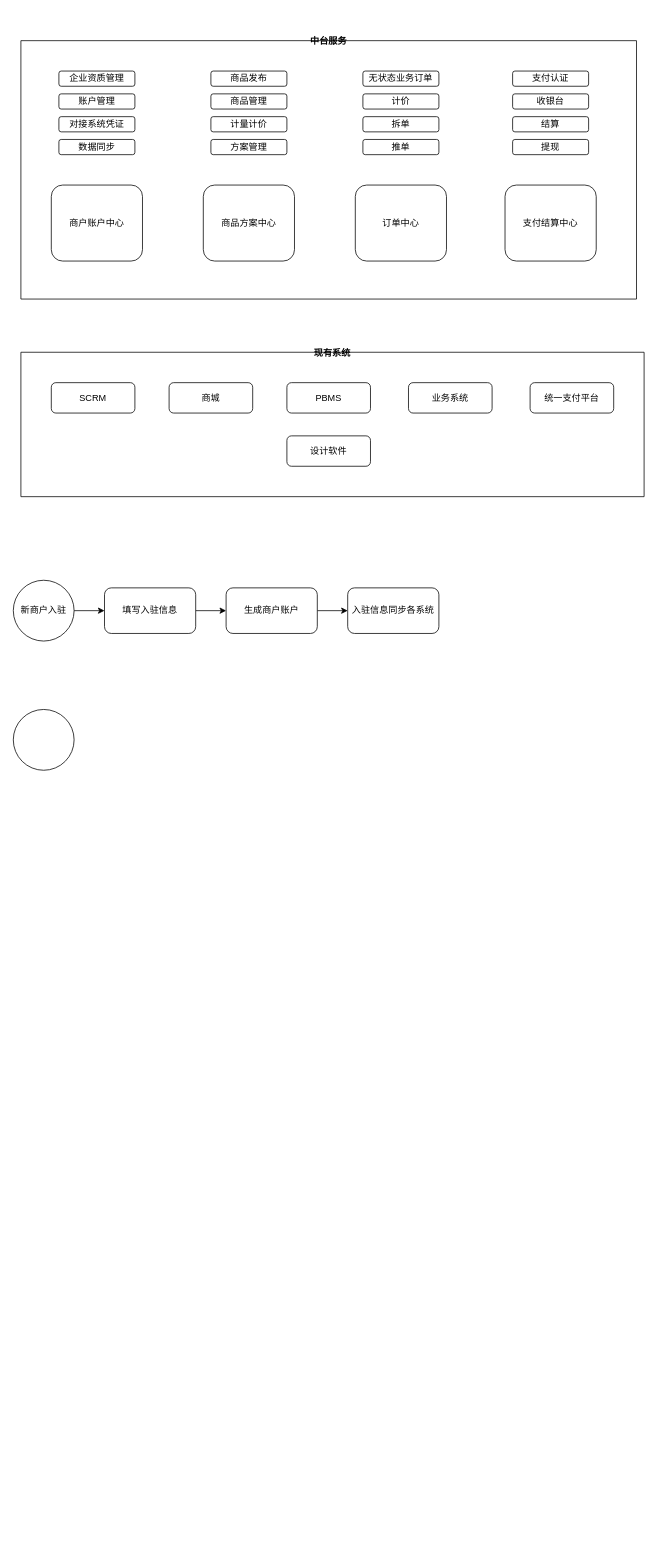
This is 草稿.drawio from tangjf420/draw, a draw.io file, before an edit. Source tidied: cells renumbered, new cells numbered last; positions are measured from the earlier drawing's top-left corner, leaving out a move shared by most shapes. Both pictures are drawn from the tidied source at 76%, with x=0, y=0 at pixel (13, 40).
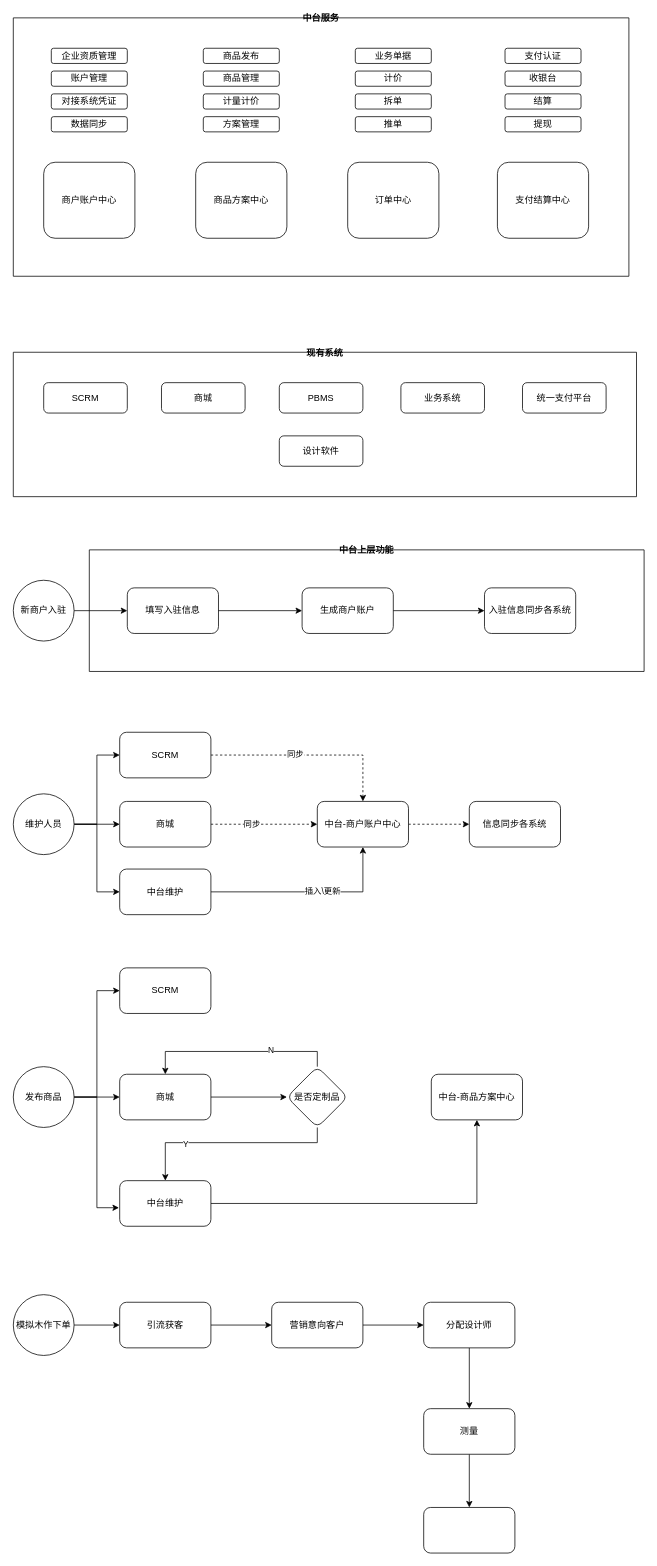
Above is the later version.

Change to the diagram source:
```diff
@@
     <mxCell id="2" value="中台服务" style="swimlane;startSize=0;" parent="1" vertex="1">
-      <mxGeometry x="10" width="810" height="340" as="geometry" />
+      <mxGeometry y="-30" width="810" height="340" as="geometry" />
     </mxCell>
@@
-    <mxCell id="14" value="无状态业务订单" style="rounded=1;whiteSpace=wrap;html=1;" parent="2" vertex="1">
+    <mxCell id="14" value="业务单据" style="rounded=1;whiteSpace=wrap;html=1;" parent="2" vertex="1">
       <mxGeometry x="450" y="40" width="100" height="20" as="geometry" />
     </mxCell>
@@
-    <mxCell id="25" style="edgeStyle=orthogonalEdgeStyle;rounded=0;jettySize=auto;html=1;" parent="1" edge="1" source="26" target="28">
-      <mxGeometry relative="1" as="geometry" />
-    </mxCell>
-    <mxCell id="26" value="填写入驻信息" style="whiteSpace=wrap;html=1;rounded=1;" parent="1" vertex="1">
-      <mxGeometry x="120" y="720" width="120" height="60" as="geometry" />
-    </mxCell>
-    <mxCell id="27" style="edgeStyle=orthogonalEdgeStyle;rounded=0;jettySize=auto;html=1;" parent="1" edge="1" source="28" target="29">
-      <mxGeometry relative="1" as="geometry" />
-    </mxCell>
-    <mxCell id="28" value="生成商户账户" style="whiteSpace=wrap;html=1;rounded=1;" parent="1" vertex="1">
-      <mxGeometry x="280" y="720" width="120" height="60" as="geometry" />
-    </mxCell>
-    <mxCell id="29" value="入驻信息同步各系统" style="whiteSpace=wrap;html=1;rounded=1;" parent="1" vertex="1">
-      <mxGeometry x="440" y="720" width="120" height="60" as="geometry" />
-    </mxCell>
     <mxCell id="30" value="现有系统" style="swimlane;startSize=0;rounded=1;" parent="1" vertex="1">
-      <mxGeometry x="10" y="410" width="820" height="190" as="geometry" />
+      <mxGeometry y="410" width="820" height="190" as="geometry" />
     </mxCell>
@@
+    <mxCell id="38" style="edgeStyle=orthogonalEdgeStyle;rounded=0;jettySize=auto;html=1;" parent="1" edge="1" source="37" target="41">
+      <mxGeometry relative="1" as="geometry" />
+    </mxCell>
-    <mxCell id="37" style="ellipse;whiteSpace=wrap;html=1;rounded=1;" parent="1" vertex="1">
-      <mxGeometry y="880" width="80" height="80" as="geometry" />
+    <mxCell id="37" value="模拟木作下单" style="ellipse;whiteSpace=wrap;html=1;rounded=1;" parent="1" vertex="1">
+      <mxGeometry y="1650" width="80" height="80" as="geometry" />
     </mxCell>
+    <mxCell id="39" value="中台上层功能" style="swimlane;startSize=0;rounded=1;" parent="1" vertex="1">
+      <mxGeometry x="100" y="670" width="730" height="160" as="geometry" />
+    </mxCell>
+    <mxCell id="29" value="入驻信息同步各系统" style="whiteSpace=wrap;html=1;rounded=1;" parent="39" vertex="1">
+      <mxGeometry x="520" y="50" width="120" height="60" as="geometry" />
+    </mxCell>
+    <mxCell id="28" value="生成商户账户" style="whiteSpace=wrap;html=1;rounded=1;" parent="39" vertex="1">
+      <mxGeometry x="280" y="50" width="120" height="60" as="geometry" />
+    </mxCell>
+    <mxCell id="27" style="edgeStyle=orthogonalEdgeStyle;rounded=0;jettySize=auto;html=1;" parent="39" edge="1" source="28" target="29">
+      <mxGeometry relative="1" as="geometry" />
+    </mxCell>
+    <mxCell id="26" value="填写入驻信息" style="whiteSpace=wrap;html=1;rounded=1;" parent="39" vertex="1">
+      <mxGeometry x="50" y="50" width="120" height="60" as="geometry" />
+    </mxCell>
+    <mxCell id="25" style="edgeStyle=orthogonalEdgeStyle;rounded=0;jettySize=auto;html=1;" parent="39" edge="1" source="26" target="28">
+      <mxGeometry relative="1" as="geometry" />
+    </mxCell>
+    <mxCell id="40" style="edgeStyle=orthogonalEdgeStyle;rounded=0;jettySize=auto;html=1;" parent="1" edge="1" source="41" target="43">
+      <mxGeometry relative="1" as="geometry" />
+    </mxCell>
+    <mxCell id="41" value="引流获客" style="whiteSpace=wrap;html=1;rounded=1;" parent="1" vertex="1">
+      <mxGeometry x="140" y="1660" width="120" height="60" as="geometry" />
+    </mxCell>
+    <mxCell id="42" style="edgeStyle=orthogonalEdgeStyle;rounded=0;jettySize=auto;html=1;" parent="1" edge="1" source="43" target="45">
+      <mxGeometry relative="1" as="geometry" />
+    </mxCell>
+    <mxCell id="43" value="营销意向客户" style="whiteSpace=wrap;html=1;rounded=1;" parent="1" vertex="1">
+      <mxGeometry x="340" y="1660" width="120" height="60" as="geometry" />
+    </mxCell>
+    <mxCell id="44" style="edgeStyle=orthogonalEdgeStyle;rounded=0;jettySize=auto;html=1;" parent="1" edge="1" source="45" target="63">
+      <mxGeometry relative="1" as="geometry" />
+    </mxCell>
+    <mxCell id="45" value="分配设计师" style="whiteSpace=wrap;html=1;rounded=1;" parent="1" vertex="1">
+      <mxGeometry x="540" y="1660" width="120" height="60" as="geometry" />
+    </mxCell>
+    <mxCell id="46" style="edgeStyle=orthogonalEdgeStyle;rounded=0;jettySize=auto;html=1;entryX=0;entryY=0.5;entryDx=0;entryDy=0;" parent="1" edge="1" source="49" target="52">
+      <mxGeometry relative="1" as="geometry" />
+    </mxCell>
+    <mxCell id="47" style="edgeStyle=orthogonalEdgeStyle;rounded=0;jettySize=auto;html=1;exitX=1;exitY=0.5;exitDx=0;exitDy=0;" parent="1" edge="1" source="49" target="55">
+      <mxGeometry relative="1" as="geometry" />
+    </mxCell>
+    <mxCell id="48" style="edgeStyle=orthogonalEdgeStyle;rounded=0;jettySize=auto;html=1;entryX=0;entryY=0.5;entryDx=0;entryDy=0;" parent="1" edge="1" source="49" target="58">
+      <mxGeometry relative="1" as="geometry" />
+    </mxCell>
+    <mxCell id="49" value="维护人员" style="ellipse;whiteSpace=wrap;html=1;" parent="1" vertex="1">
+      <mxGeometry y="991" width="80" height="80" as="geometry" />
+    </mxCell>
+    <mxCell id="50" style="edgeStyle=orthogonalEdgeStyle;rounded=0;jettySize=auto;html=1;entryX=0.5;entryY=0;entryDx=0;entryDy=0;dashed=1;" parent="1" edge="1" source="52" target="60">
+      <mxGeometry relative="1" as="geometry" />
+    </mxCell>
+    <mxCell id="51" value="同步" style="edgeLabel;html=1;align=center;verticalAlign=middle;" parent="50" vertex="1">
+      <mxGeometry x="-0.16" y="2" relative="1" as="geometry" />
+    </mxCell>
+    <mxCell id="52" value="SCRM" style="whiteSpace=wrap;html=1;rounded=1;" parent="1" vertex="1">
+      <mxGeometry x="140" y="910" width="120" height="60" as="geometry" />
+    </mxCell>
+    <mxCell id="53" style="edgeStyle=orthogonalEdgeStyle;rounded=0;jettySize=auto;html=1;dashed=1;" parent="1" edge="1" source="55" target="60">
+      <mxGeometry relative="1" as="geometry" />
+    </mxCell>
+    <mxCell id="54" value="同步" style="edgeLabel;html=1;align=center;verticalAlign=middle;" parent="53" vertex="1">
+      <mxGeometry x="-0.24" y="1" relative="1" as="geometry" />
+    </mxCell>
+    <mxCell id="55" value="商城" style="whiteSpace=wrap;html=1;rounded=1;" parent="1" vertex="1">
+      <mxGeometry x="140" y="1001" width="120" height="60" as="geometry" />
+    </mxCell>
+    <mxCell id="56" style="edgeStyle=orthogonalEdgeStyle;rounded=0;jettySize=auto;html=1;exitX=1;exitY=0.5;exitDx=0;exitDy=0;entryX=0.5;entryY=1;entryDx=0;entryDy=0;" parent="1" edge="1" source="58" target="60">
+      <mxGeometry relative="1" as="geometry" />
+    </mxCell>
+    <mxCell id="57" value="插入\更新" style="edgeLabel;html=1;align=center;verticalAlign=middle;" parent="56" vertex="1">
+      <mxGeometry x="0.13" y="2" relative="1" as="geometry" />
+    </mxCell>
+    <mxCell id="58" value="中台维护" style="whiteSpace=wrap;html=1;rounded=1;" parent="1" vertex="1">
+      <mxGeometry x="140" y="1090" width="120" height="60" as="geometry" />
+    </mxCell>
+    <mxCell id="59" style="edgeStyle=orthogonalEdgeStyle;rounded=0;jettySize=auto;html=1;dashed=1;" parent="1" edge="1" source="60" target="61">
+      <mxGeometry relative="1" as="geometry" />
+    </mxCell>
+    <mxCell id="60" value="中台-商户账户中心" style="whiteSpace=wrap;html=1;rounded=1;" parent="1" vertex="1">
+      <mxGeometry x="400" y="1001" width="120" height="60" as="geometry" />
+    </mxCell>
+    <mxCell id="61" value="信息同步各系统" style="whiteSpace=wrap;html=1;rounded=1;" parent="1" vertex="1">
+      <mxGeometry x="600" y="1001" width="120" height="60" as="geometry" />
+    </mxCell>
+    <mxCell id="62" style="edgeStyle=orthogonalEdgeStyle;rounded=0;jettySize=auto;html=1;" parent="1" edge="1" source="63" target="64">
+      <mxGeometry relative="1" as="geometry" />
+    </mxCell>
+    <mxCell id="63" value="测量" style="whiteSpace=wrap;html=1;rounded=1;" parent="1" vertex="1">
+      <mxGeometry x="540" y="1800" width="120" height="60" as="geometry" />
+    </mxCell>
+    <mxCell id="64" style="whiteSpace=wrap;html=1;rounded=1;" parent="1" vertex="1">
+      <mxGeometry x="540" y="1930" width="120" height="60" as="geometry" />
+    </mxCell>
+    <mxCell id="65" style="edgeStyle=orthogonalEdgeStyle;rounded=0;jettySize=auto;html=1;exitX=1;exitY=0.5;exitDx=0;exitDy=0;entryX=0;entryY=0.5;entryDx=0;entryDy=0;" parent="1" edge="1" source="68" target="71">
+      <mxGeometry relative="1" as="geometry" />
+    </mxCell>
+    <mxCell id="66" style="edgeStyle=orthogonalEdgeStyle;rounded=0;jettySize=auto;html=1;exitX=1;exitY=0.5;exitDx=0;exitDy=0;entryX=-0.008;entryY=0.594;entryDx=0;entryDy=0;entryPerimeter=0;" parent="1" edge="1" source="68" target="73">
+      <mxGeometry relative="1" as="geometry" />
+    </mxCell>
+    <mxCell id="67" style="edgeStyle=orthogonalEdgeStyle;rounded=0;jettySize=auto;html=1;exitX=1;exitY=0.5;exitDx=0;exitDy=0;entryX=0;entryY=0.5;entryDx=0;entryDy=0;" parent="1" edge="1" source="68" target="69">
+      <mxGeometry relative="1" as="geometry" />
+    </mxCell>
+    <mxCell id="68" value="发布商品" style="ellipse;whiteSpace=wrap;html=1;" parent="1" vertex="1">
+      <mxGeometry y="1350" width="80" height="80" as="geometry" />
+    </mxCell>
+    <mxCell id="69" value="SCRM" style="whiteSpace=wrap;html=1;rounded=1;" parent="1" vertex="1">
+      <mxGeometry x="140" y="1220" width="120" height="60" as="geometry" />
+    </mxCell>
+    <mxCell id="70" style="edgeStyle=orthogonalEdgeStyle;rounded=0;jettySize=auto;html=1;" parent="1" edge="1" source="71" target="79">
+      <mxGeometry relative="1" as="geometry" />
+    </mxCell>
+    <mxCell id="71" value="商城" style="whiteSpace=wrap;html=1;rounded=1;" parent="1" vertex="1">
+      <mxGeometry x="140" y="1360" width="120" height="60" as="geometry" />
+    </mxCell>
+    <mxCell id="72" style="edgeStyle=orthogonalEdgeStyle;rounded=0;jettySize=auto;html=1;exitX=1;exitY=0.5;exitDx=0;exitDy=0;entryX=0.5;entryY=1;entryDx=0;entryDy=0;" parent="1" edge="1" source="73" target="74">
+      <mxGeometry relative="1" as="geometry" />
+    </mxCell>
+    <mxCell id="73" value="中台维护" style="whiteSpace=wrap;html=1;rounded=1;" parent="1" vertex="1">
+      <mxGeometry x="140" y="1500" width="120" height="60" as="geometry" />
+    </mxCell>
+    <mxCell id="74" value="中台-商品方案中心" style="whiteSpace=wrap;html=1;rounded=1;" parent="1" vertex="1">
+      <mxGeometry x="550" y="1360" width="120" height="60" as="geometry" />
+    </mxCell>
+    <mxCell id="75" style="edgeStyle=orthogonalEdgeStyle;rounded=0;jettySize=auto;html=1;exitX=0.5;exitY=1;exitDx=0;exitDy=0;entryX=0.5;entryY=0;entryDx=0;entryDy=0;" parent="1" edge="1" source="79" target="73">
+      <mxGeometry relative="1" as="geometry">
+        <Array as="points">
+          <mxPoint x="400" y="1450" />
+          <mxPoint x="200" y="1450" />
+        </Array>
+      </mxGeometry>
+    </mxCell>
+    <mxCell id="76" value="Y" style="edgeLabel;html=1;align=center;verticalAlign=middle;" parent="75" vertex="1">
+      <mxGeometry x="0.44" y="1" relative="1" as="geometry" />
+    </mxCell>
+    <mxCell id="77" style="edgeStyle=orthogonalEdgeStyle;rounded=0;jettySize=auto;html=1;exitX=0.5;exitY=0;exitDx=0;exitDy=0;entryX=0.5;entryY=0;entryDx=0;entryDy=0;" parent="1" edge="1" source="79" target="71">
+      <mxGeometry relative="1" as="geometry" />
+    </mxCell>
+    <mxCell id="78" value="N" style="edgeLabel;html=1;align=center;verticalAlign=middle;" parent="77" vertex="1">
+      <mxGeometry x="-0.34" y="-2" relative="1" as="geometry" />
+    </mxCell>
+    <mxCell id="79" value="是否定制品" style="rhombus;whiteSpace=wrap;html=1;rounded=1;" parent="1" vertex="1">
+      <mxGeometry x="360" y="1350" width="80" height="80" as="geometry" />
+    </mxCell>
```
